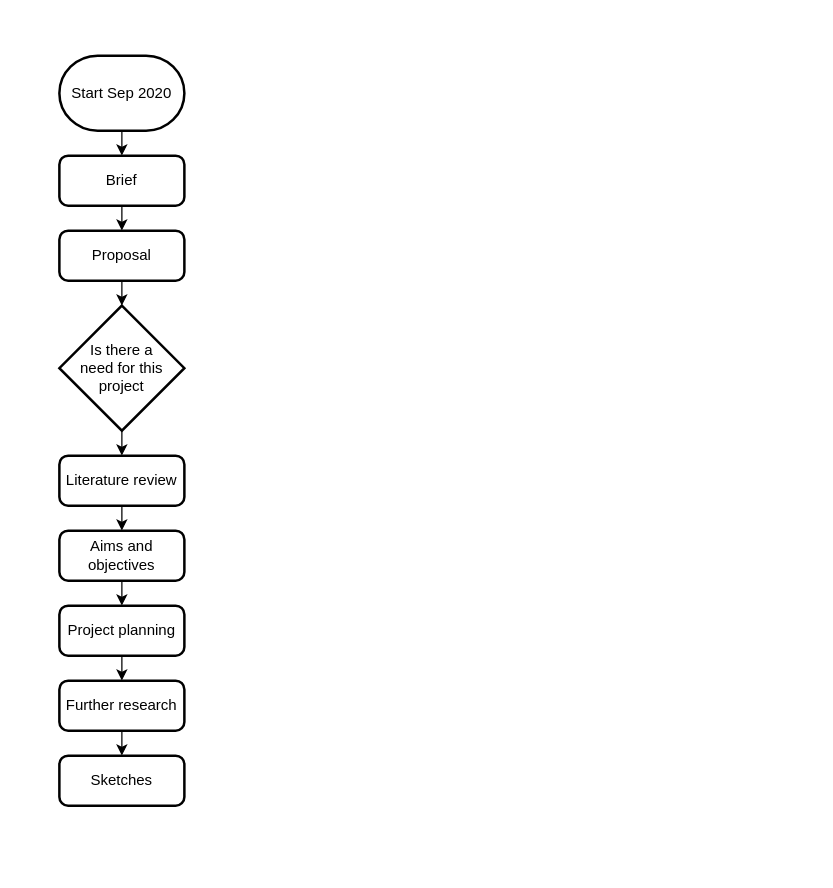
The draw.io diagram Untitled Diagram.drawio in MiloRC0037857/FlowCharts, before the edit. Source tidied: cells renumbered, new cells numbered last; positions are measured from the earlier drawing's top-left corner, leaving out a move shared by most shapes. Both pictures are drawn from the tidied source at 125%, with x=0, y=0 at pixel (59, 55).
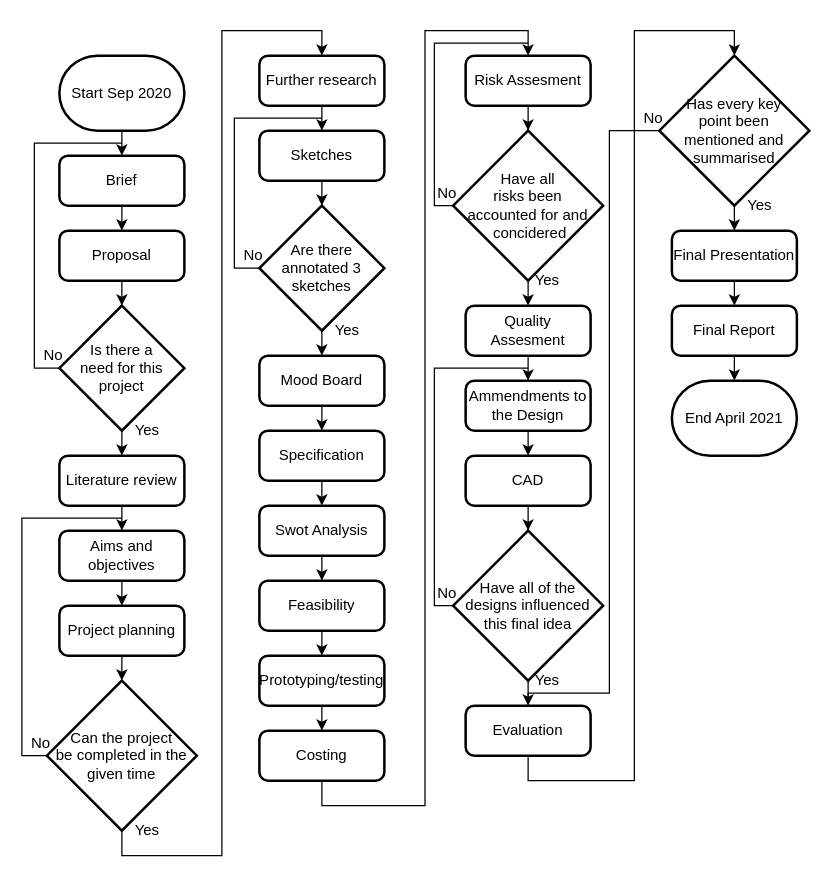
After the change.

Unchanged cells that the change refers to:
```xml
<mxCell id="9" value="Is there a&lt;br&gt;need for this project" style="strokeWidth=2;html=1;shape=mxgraph.flowchart.decision;whiteSpace=wrap;" parent="1" vertex="1">
  <mxGeometry y="200" width="100" height="100" as="geometry" />
</mxCell>
<mxCell id="15" value="Project planning" style="rounded=1;whiteSpace=wrap;html=1;absoluteArcSize=1;arcSize=14;strokeWidth=2;" parent="1" vertex="1">
  <mxGeometry y="440" width="100" height="40" as="geometry" />
</mxCell>
```

Diff of the diagram source:
```diff
@@
+    <mxCell id="19" style="edgeStyle=orthogonalEdgeStyle;rounded=0;jettySize=auto;html=1;exitX=0;exitY=0.5;exitDx=0;exitDy=0;exitPerimeter=0;endArrow=none;endFill=0;" parent="1" edge="1" source="9">
+      <mxGeometry relative="1" as="geometry">
+        <mxPoint x="50" y="70" as="targetPoint" />
+        <Array as="points">
+          <mxPoint x="-20" y="250" />
+          <mxPoint x="-20" y="70" />
+        </Array>
+      </mxGeometry>
+    </mxCell>
@@
-    <mxCell id="14" style="edgeStyle=orthogonalEdgeStyle;rounded=0;jettySize=auto;html=1;exitX=0.5;exitY=1;exitDx=0;exitDy=0;entryX=0.5;entryY=0;entryDx=0;entryDy=0;" parent="1" edge="1" source="15" target="17">
-      <mxGeometry relative="1" as="geometry" />
-    </mxCell>
+    <mxCell id="20" style="edgeStyle=orthogonalEdgeStyle;rounded=0;jettySize=auto;html=1;exitX=0.5;exitY=1;exitDx=0;exitDy=0;entryX=0.5;entryY=0;entryDx=0;entryDy=0;entryPerimeter=0;" parent="1" edge="1" source="15" target="50">
+      <mxGeometry relative="1" as="geometry" />
+    </mxCell>
@@
     <mxCell id="17" value="Further research" style="rounded=1;whiteSpace=wrap;html=1;absoluteArcSize=1;arcSize=14;strokeWidth=2;" parent="1" vertex="1">
-      <mxGeometry y="500" width="100" height="40" as="geometry" />
+      <mxGeometry x="160" width="100" height="40" as="geometry" />
     </mxCell>
+    <mxCell id="21" style="edgeStyle=orthogonalEdgeStyle;rounded=0;jettySize=auto;html=1;exitX=0.5;exitY=1;exitDx=0;exitDy=0;entryX=0.5;entryY=0;entryDx=0;entryDy=0;entryPerimeter=0;" parent="1" edge="1" source="18" target="53">
+      <mxGeometry relative="1" as="geometry" />
+    </mxCell>
     <mxCell id="18" value="Sketches" style="rounded=1;whiteSpace=wrap;html=1;absoluteArcSize=1;arcSize=14;strokeWidth=2;" parent="1" vertex="1">
-      <mxGeometry y="560" width="100" height="40" as="geometry" />
+      <mxGeometry x="160" y="60" width="100" height="40" as="geometry" />
     </mxCell>
+    <mxCell id="22" style="edgeStyle=orthogonalEdgeStyle;rounded=0;jettySize=auto;html=1;exitX=0.5;exitY=1;exitDx=0;exitDy=0;entryX=0.5;entryY=0;entryDx=0;entryDy=0;" parent="1" edge="1" source="23" target="25">
+      <mxGeometry relative="1" as="geometry" />
+    </mxCell>
+    <mxCell id="23" value="Mood Board" style="rounded=1;whiteSpace=wrap;html=1;absoluteArcSize=1;arcSize=14;strokeWidth=2;" parent="1" vertex="1">
+      <mxGeometry x="160" y="240" width="100" height="40" as="geometry" />
+    </mxCell>
+    <mxCell id="24" style="edgeStyle=orthogonalEdgeStyle;rounded=0;jettySize=auto;html=1;exitX=0.5;exitY=1;exitDx=0;exitDy=0;entryX=0.5;entryY=0;entryDx=0;entryDy=0;" parent="1" edge="1" source="25" target="27">
+      <mxGeometry relative="1" as="geometry" />
+    </mxCell>
+    <mxCell id="25" value="Specification" style="rounded=1;whiteSpace=wrap;html=1;absoluteArcSize=1;arcSize=14;strokeWidth=2;" parent="1" vertex="1">
+      <mxGeometry x="160" y="300" width="100" height="40" as="geometry" />
+    </mxCell>
+    <mxCell id="26" style="edgeStyle=orthogonalEdgeStyle;rounded=0;jettySize=auto;html=1;exitX=0.5;exitY=1;exitDx=0;exitDy=0;entryX=0.5;entryY=0;entryDx=0;entryDy=0;" parent="1" edge="1" source="27" target="29">
+      <mxGeometry relative="1" as="geometry" />
+    </mxCell>
+    <mxCell id="27" value="Swot Analysis" style="rounded=1;whiteSpace=wrap;html=1;absoluteArcSize=1;arcSize=14;strokeWidth=2;" parent="1" vertex="1">
+      <mxGeometry x="160" y="360" width="100" height="40" as="geometry" />
+    </mxCell>
+    <mxCell id="28" style="edgeStyle=orthogonalEdgeStyle;rounded=0;jettySize=auto;html=1;exitX=0.5;exitY=1;exitDx=0;exitDy=0;entryX=0.5;entryY=0;entryDx=0;entryDy=0;" parent="1" edge="1" source="29" target="31">
+      <mxGeometry relative="1" as="geometry" />
+    </mxCell>
+    <mxCell id="29" value="Feasibility" style="rounded=1;whiteSpace=wrap;html=1;absoluteArcSize=1;arcSize=14;strokeWidth=2;" parent="1" vertex="1">
+      <mxGeometry x="160" y="420" width="100" height="40" as="geometry" />
+    </mxCell>
+    <mxCell id="30" style="edgeStyle=orthogonalEdgeStyle;rounded=0;jettySize=auto;html=1;exitX=0.5;exitY=1;exitDx=0;exitDy=0;entryX=0.5;entryY=0;entryDx=0;entryDy=0;" parent="1" edge="1" source="31" target="33">
+      <mxGeometry relative="1" as="geometry" />
+    </mxCell>
+    <mxCell id="31" value="Prototyping/testing" style="rounded=1;whiteSpace=wrap;html=1;absoluteArcSize=1;arcSize=14;strokeWidth=2;" parent="1" vertex="1">
+      <mxGeometry x="160" y="480" width="100" height="40" as="geometry" />
+    </mxCell>
+    <mxCell id="32" style="edgeStyle=orthogonalEdgeStyle;rounded=0;jettySize=auto;html=1;exitX=0.5;exitY=1;exitDx=0;exitDy=0;entryX=0.5;entryY=0;entryDx=0;entryDy=0;" parent="1" edge="1" source="33" target="35">
+      <mxGeometry relative="1" as="geometry" />
+    </mxCell>
+    <mxCell id="33" value="Costing" style="rounded=1;whiteSpace=wrap;html=1;absoluteArcSize=1;arcSize=14;strokeWidth=2;" parent="1" vertex="1">
+      <mxGeometry x="160" y="540" width="100" height="40" as="geometry" />
+    </mxCell>
+    <mxCell id="34" style="edgeStyle=orthogonalEdgeStyle;rounded=0;jettySize=auto;html=1;exitX=0.5;exitY=1;exitDx=0;exitDy=0;entryX=0.5;entryY=0;entryDx=0;entryDy=0;entryPerimeter=0;" parent="1" edge="1" source="35" target="56">
+      <mxGeometry relative="1" as="geometry" />
+    </mxCell>
+    <mxCell id="35" value="Risk Assesment" style="rounded=1;whiteSpace=wrap;html=1;absoluteArcSize=1;arcSize=14;strokeWidth=2;" parent="1" vertex="1">
+      <mxGeometry x="325" width="100" height="40" as="geometry" />
+    </mxCell>
+    <mxCell id="36" style="edgeStyle=orthogonalEdgeStyle;rounded=0;jettySize=auto;html=1;exitX=0.5;exitY=1;exitDx=0;exitDy=0;entryX=0.5;entryY=0;entryDx=0;entryDy=0;" parent="1" edge="1" source="37" target="39">
+      <mxGeometry relative="1" as="geometry" />
+    </mxCell>
+    <mxCell id="37" value="Quality Assesment" style="rounded=1;whiteSpace=wrap;html=1;absoluteArcSize=1;arcSize=14;strokeWidth=2;" parent="1" vertex="1">
+      <mxGeometry x="325" y="200" width="100" height="40" as="geometry" />
+    </mxCell>
+    <mxCell id="38" style="edgeStyle=orthogonalEdgeStyle;rounded=0;jettySize=auto;html=1;exitX=0.5;exitY=1;exitDx=0;exitDy=0;entryX=0.5;entryY=0;entryDx=0;entryDy=0;" parent="1" edge="1" source="39" target="41">
+      <mxGeometry relative="1" as="geometry" />
+    </mxCell>
+    <mxCell id="39" value="Ammendments to the Design" style="rounded=1;whiteSpace=wrap;html=1;absoluteArcSize=1;arcSize=14;strokeWidth=2;" parent="1" vertex="1">
+      <mxGeometry x="325" y="260" width="100" height="40" as="geometry" />
+    </mxCell>
+    <mxCell id="40" style="edgeStyle=orthogonalEdgeStyle;rounded=0;jettySize=auto;html=1;exitX=0.5;exitY=1;exitDx=0;exitDy=0;entryX=0.5;entryY=0;entryDx=0;entryDy=0;entryPerimeter=0;" parent="1" edge="1" source="41" target="59">
+      <mxGeometry relative="1" as="geometry" />
+    </mxCell>
+    <mxCell id="41" value="CAD" style="rounded=1;whiteSpace=wrap;html=1;absoluteArcSize=1;arcSize=14;strokeWidth=2;" parent="1" vertex="1">
+      <mxGeometry x="325" y="320" width="100" height="40" as="geometry" />
+    </mxCell>
+    <mxCell id="42" style="edgeStyle=orthogonalEdgeStyle;rounded=0;jettySize=auto;html=1;exitX=0.5;exitY=1;exitDx=0;exitDy=0;entryX=0.5;entryY=0;entryDx=0;entryDy=0;entryPerimeter=0;" parent="1" edge="1" source="43" target="62">
+      <mxGeometry relative="1" as="geometry">
+        <Array as="points">
+          <mxPoint x="375" y="580" />
+          <mxPoint x="460" y="580" />
+          <mxPoint x="460" y="-20" />
+          <mxPoint x="540" y="-20" />
+        </Array>
+      </mxGeometry>
+    </mxCell>
+    <mxCell id="43" value="Evaluation" style="rounded=1;whiteSpace=wrap;html=1;absoluteArcSize=1;arcSize=14;strokeWidth=2;" parent="1" vertex="1">
+      <mxGeometry x="325" y="520" width="100" height="40" as="geometry" />
+    </mxCell>
+    <mxCell id="44" style="edgeStyle=orthogonalEdgeStyle;rounded=0;jettySize=auto;html=1;exitX=0.5;exitY=1;exitDx=0;exitDy=0;entryX=0.5;entryY=0;entryDx=0;entryDy=0;" parent="1" edge="1" source="45" target="47">
+      <mxGeometry relative="1" as="geometry" />
+    </mxCell>
+    <mxCell id="45" value="Final Presentation" style="rounded=1;whiteSpace=wrap;html=1;absoluteArcSize=1;arcSize=14;strokeWidth=2;" parent="1" vertex="1">
+      <mxGeometry x="490" y="140" width="100" height="40" as="geometry" />
+    </mxCell>
+    <mxCell id="46" style="edgeStyle=orthogonalEdgeStyle;rounded=0;jettySize=auto;html=1;exitX=0.5;exitY=1;exitDx=0;exitDy=0;entryX=0.5;entryY=0;entryDx=0;entryDy=0;entryPerimeter=0;" parent="1" edge="1" source="47" target="63">
+      <mxGeometry relative="1" as="geometry" />
+    </mxCell>
+    <mxCell id="47" value="Final Report" style="rounded=1;whiteSpace=wrap;html=1;absoluteArcSize=1;arcSize=14;strokeWidth=2;" parent="1" vertex="1">
+      <mxGeometry x="490" y="200" width="100" height="40" as="geometry" />
+    </mxCell>
+    <mxCell id="48" style="edgeStyle=orthogonalEdgeStyle;rounded=0;jettySize=auto;html=1;exitX=0.5;exitY=1;exitDx=0;exitDy=0;exitPerimeter=0;entryX=0.5;entryY=0;entryDx=0;entryDy=0;" parent="1" edge="1" source="50" target="17">
+      <mxGeometry relative="1" as="geometry">
+        <Array as="points">
+          <mxPoint x="50" y="640" />
+          <mxPoint x="130" y="640" />
+          <mxPoint x="130" y="-20" />
+          <mxPoint x="210" y="-20" />
+        </Array>
+      </mxGeometry>
+    </mxCell>
+    <mxCell id="49" style="edgeStyle=orthogonalEdgeStyle;rounded=0;jettySize=auto;html=1;exitX=0;exitY=0.5;exitDx=0;exitDy=0;exitPerimeter=0;endArrow=none;endFill=0;" parent="1" edge="1" source="50">
+      <mxGeometry relative="1" as="geometry">
+        <mxPoint x="50" y="370" as="targetPoint" />
+        <Array as="points">
+          <mxPoint x="-30" y="560" />
+          <mxPoint x="-30" y="370" />
+          <mxPoint x="50" y="370" />
+        </Array>
+      </mxGeometry>
+    </mxCell>
+    <mxCell id="50" value="&lt;span&gt;Can the project&lt;/span&gt;&lt;br&gt;&lt;span&gt;be completed in the given time&lt;/span&gt;" style="strokeWidth=2;html=1;shape=mxgraph.flowchart.decision;whiteSpace=wrap;" parent="1" vertex="1">
+      <mxGeometry x="-10" y="500" width="120" height="120" as="geometry" />
+    </mxCell>
+    <mxCell id="51" style="edgeStyle=orthogonalEdgeStyle;rounded=0;jettySize=auto;html=1;exitX=0.5;exitY=1;exitDx=0;exitDy=0;exitPerimeter=0;entryX=0.5;entryY=0;entryDx=0;entryDy=0;" parent="1" edge="1" source="53" target="23">
+      <mxGeometry relative="1" as="geometry" />
+    </mxCell>
+    <mxCell id="52" style="edgeStyle=orthogonalEdgeStyle;rounded=0;jettySize=auto;html=1;exitX=0;exitY=0.5;exitDx=0;exitDy=0;exitPerimeter=0;endArrow=none;endFill=0;" parent="1" edge="1" source="53">
+      <mxGeometry relative="1" as="geometry">
+        <mxPoint x="210" y="50" as="targetPoint" />
+        <Array as="points">
+          <mxPoint x="140" y="170" />
+          <mxPoint x="140" y="50" />
+        </Array>
+      </mxGeometry>
+    </mxCell>
+    <mxCell id="53" value="Are there annotated 3 sketches" style="strokeWidth=2;html=1;shape=mxgraph.flowchart.decision;whiteSpace=wrap;" parent="1" vertex="1">
+      <mxGeometry x="160" y="120" width="100" height="100" as="geometry" />
+    </mxCell>
+    <mxCell id="54" style="edgeStyle=orthogonalEdgeStyle;rounded=0;jettySize=auto;html=1;exitX=0.5;exitY=1;exitDx=0;exitDy=0;exitPerimeter=0;entryX=0.5;entryY=0;entryDx=0;entryDy=0;" parent="1" edge="1" source="56" target="37">
+      <mxGeometry relative="1" as="geometry" />
+    </mxCell>
+    <mxCell id="55" style="edgeStyle=orthogonalEdgeStyle;rounded=0;jettySize=auto;html=1;exitX=0;exitY=0.5;exitDx=0;exitDy=0;exitPerimeter=0;endArrow=none;endFill=0;" parent="1" edge="1" source="56">
+      <mxGeometry relative="1" as="geometry">
+        <mxPoint x="375" y="-10" as="targetPoint" />
+        <Array as="points">
+          <mxPoint x="300" y="120" />
+          <mxPoint x="300" y="-10" />
+        </Array>
+      </mxGeometry>
+    </mxCell>
+    <mxCell id="56" value="Have all&lt;br&gt;risks been&lt;br&gt;accounted&amp;nbsp;for and&lt;br&gt;&amp;nbsp;concidered" style="strokeWidth=2;html=1;shape=mxgraph.flowchart.decision;whiteSpace=wrap;" parent="1" vertex="1">
+      <mxGeometry x="315" y="60" width="120" height="120" as="geometry" />
+    </mxCell>
+    <mxCell id="57" style="edgeStyle=orthogonalEdgeStyle;rounded=0;jettySize=auto;html=1;exitX=0.5;exitY=1;exitDx=0;exitDy=0;exitPerimeter=0;entryX=0.5;entryY=0;entryDx=0;entryDy=0;" parent="1" edge="1" source="59" target="43">
+      <mxGeometry relative="1" as="geometry" />
+    </mxCell>
+    <mxCell id="58" style="edgeStyle=orthogonalEdgeStyle;rounded=0;jettySize=auto;html=1;exitX=0;exitY=0.5;exitDx=0;exitDy=0;exitPerimeter=0;endArrow=none;endFill=0;" parent="1" edge="1" source="59">
+      <mxGeometry relative="1" as="geometry">
+        <mxPoint x="375" y="250" as="targetPoint" />
+        <Array as="points">
+          <mxPoint x="300" y="440" />
+          <mxPoint x="300" y="250" />
+        </Array>
+      </mxGeometry>
+    </mxCell>
+    <mxCell id="59" value="Have all of the designs influenced this final idea" style="strokeWidth=2;html=1;shape=mxgraph.flowchart.decision;whiteSpace=wrap;" parent="1" vertex="1">
+      <mxGeometry x="315" y="380" width="120" height="120" as="geometry" />
+    </mxCell>
+    <mxCell id="60" style="edgeStyle=orthogonalEdgeStyle;rounded=0;jettySize=auto;html=1;exitX=0.5;exitY=1;exitDx=0;exitDy=0;exitPerimeter=0;entryX=0.5;entryY=0;entryDx=0;entryDy=0;" parent="1" edge="1" source="62" target="45">
+      <mxGeometry relative="1" as="geometry" />
+    </mxCell>
+    <mxCell id="61" style="edgeStyle=orthogonalEdgeStyle;rounded=0;jettySize=auto;html=1;exitX=0;exitY=0.5;exitDx=0;exitDy=0;exitPerimeter=0;endArrow=none;endFill=0;entryX=0.5;entryY=0;entryDx=0;entryDy=0;" parent="1" edge="1" source="62" target="43">
+      <mxGeometry relative="1" as="geometry">
+        <Array as="points">
+          <mxPoint x="440" y="60" />
+          <mxPoint x="440" y="510" />
+          <mxPoint x="375" y="510" />
+        </Array>
+      </mxGeometry>
+    </mxCell>
+    <mxCell id="62" value="Has every key&lt;br&gt;point been&lt;br&gt;mentioned and summarised" style="strokeWidth=2;html=1;shape=mxgraph.flowchart.decision;whiteSpace=wrap;" parent="1" vertex="1">
+      <mxGeometry x="480" width="120" height="120" as="geometry" />
+    </mxCell>
+    <mxCell id="63" value="End April 2021" style="strokeWidth=2;html=1;shape=mxgraph.flowchart.terminator;whiteSpace=wrap;" parent="1" vertex="1">
+      <mxGeometry x="490" y="260" width="100" height="60" as="geometry" />
+    </mxCell>
+    <mxCell id="64" value="No" style="text;html=1;align=center;verticalAlign=middle;" parent="1" vertex="1">
+      <mxGeometry x="-20" y="230" width="30" height="20" as="geometry" />
+    </mxCell>
+    <mxCell id="65" value="Yes" style="text;html=1;align=center;verticalAlign=middle;" parent="1" vertex="1">
+      <mxGeometry x="50" y="290" width="40" height="20" as="geometry" />
+    </mxCell>
+    <mxCell id="66" value="Yes" style="text;html=1;align=center;verticalAlign=middle;" parent="1" vertex="1">
+      <mxGeometry x="50" y="610" width="40" height="20" as="geometry" />
+    </mxCell>
+    <mxCell id="67" value="Yes" style="text;html=1;align=center;verticalAlign=middle;" parent="1" vertex="1">
+      <mxGeometry x="210" y="210" width="40" height="20" as="geometry" />
+    </mxCell>
+    <mxCell id="68" value="Yes" style="text;html=1;align=center;verticalAlign=middle;" parent="1" vertex="1">
+      <mxGeometry x="370" y="170" width="40" height="20" as="geometry" />
+    </mxCell>
+    <mxCell id="69" value="Yes" style="text;html=1;align=center;verticalAlign=middle;" parent="1" vertex="1">
+      <mxGeometry x="370" y="490" width="40" height="20" as="geometry" />
+    </mxCell>
+    <mxCell id="70" value="Yes" style="text;html=1;align=center;verticalAlign=middle;" parent="1" vertex="1">
+      <mxGeometry x="540" y="110" width="40" height="20" as="geometry" />
+    </mxCell>
+    <mxCell id="71" value="No" style="text;html=1;align=center;verticalAlign=middle;" parent="1" vertex="1">
+      <mxGeometry x="-30" y="540" width="30" height="20" as="geometry" />
+    </mxCell>
+    <mxCell id="72" value="No" style="text;html=1;align=center;verticalAlign=middle;" parent="1" vertex="1">
+      <mxGeometry x="140" y="150" width="30" height="20" as="geometry" />
+    </mxCell>
+    <mxCell id="73" value="No" style="text;html=1;align=center;verticalAlign=middle;" parent="1" vertex="1">
+      <mxGeometry x="295" y="420" width="30" height="20" as="geometry" />
+    </mxCell>
+    <mxCell id="74" value="No" style="text;html=1;align=center;verticalAlign=middle;" parent="1" vertex="1">
+      <mxGeometry x="295" y="100" width="30" height="20" as="geometry" />
+    </mxCell>
+    <mxCell id="75" value="No" style="text;html=1;align=center;verticalAlign=middle;" parent="1" vertex="1">
+      <mxGeometry x="460" y="40" width="30" height="20" as="geometry" />
+    </mxCell>
```
